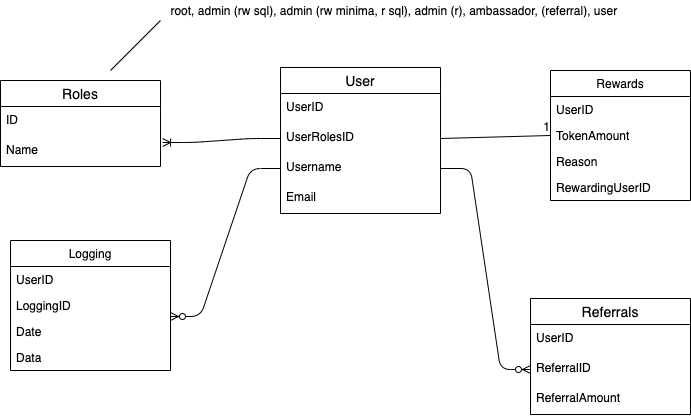
Above: docs/images/dbase.png in minima-global/incentivecash (draw.io), before the change. Source tidied: cells renumbered, new cells last; positions are measured from the earlier drawing's top-left corner, leaving out a move shared by most shapes.
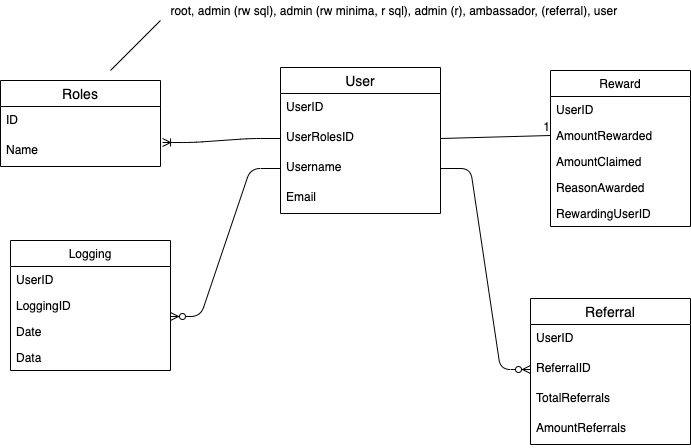
Above is the later version.

What changed in the source:
```diff
@@ -26,20 +26,23 @@
     <mxCell id="9" value="Name" style="text;strokeColor=none;fillColor=none;spacingLeft=4;spacingRight=4;overflow=hidden;points=[[0,0.5],[1,0.5]];portConstraint=eastwest;fontSize=12;" parent="7" vertex="1">
       <mxGeometry y="56" width="160" height="30" as="geometry" />
     </mxCell>
-    <mxCell id="10" value="Rewards" style="swimlane;fontStyle=0;horizontal=1;startSize=26;fillColor=none;" parent="1" vertex="1">
-      <mxGeometry x="550" y="70" width="140" height="130" as="geometry" />
+    <mxCell id="10" value="Reward" style="swimlane;fontStyle=0;horizontal=1;startSize=26;fillColor=none;" parent="1" vertex="1">
+      <mxGeometry x="550" y="70" width="140" height="156" as="geometry" />
     </mxCell>
     <mxCell id="11" value="UserID" style="text;strokeColor=none;fillColor=none;align=left;verticalAlign=top;spacingLeft=4;spacingRight=4;overflow=hidden;" parent="10" vertex="1">
       <mxGeometry y="26" width="140" height="26" as="geometry" />
     </mxCell>
-    <mxCell id="12" value="TokenAmount" style="text;strokeColor=none;fillColor=none;align=left;verticalAlign=top;spacingLeft=4;spacingRight=4;overflow=hidden;points=[[0,0.5],[1,0.5]];portConstraint=eastwest;" parent="10" vertex="1">
+    <mxCell id="12" value="AmountRewarded" style="text;strokeColor=none;fillColor=none;align=left;verticalAlign=top;spacingLeft=4;spacingRight=4;overflow=hidden;points=[[0,0.5],[1,0.5]];portConstraint=eastwest;" parent="10" vertex="1">
       <mxGeometry y="52" width="140" height="26" as="geometry" />
     </mxCell>
+    <mxCell id="31" value="AmountClaimed&#10;" style="text;strokeColor=none;fillColor=none;align=left;verticalAlign=top;spacingLeft=4;spacingRight=4;overflow=hidden;" parent="10" vertex="1">
+      <mxGeometry y="78" width="140" height="26" as="geometry" />
+    </mxCell>
-    <mxCell id="13" value="Reason" style="text;strokeColor=none;fillColor=none;align=left;verticalAlign=top;spacingLeft=4;spacingRight=4;overflow=hidden;" parent="10" vertex="1">
-      <mxGeometry y="78" width="140" height="26" as="geometry" />
+    <mxCell id="13" value="ReasonAwarded" style="text;strokeColor=none;fillColor=none;align=left;verticalAlign=top;spacingLeft=4;spacingRight=4;overflow=hidden;" parent="10" vertex="1">
+      <mxGeometry y="104" width="140" height="26" as="geometry" />
     </mxCell>
     <mxCell id="14" value="RewardingUserID" style="text;strokeColor=none;fillColor=none;align=left;verticalAlign=top;spacingLeft=4;spacingRight=4;overflow=hidden;" parent="10" vertex="1">
-      <mxGeometry y="104" width="140" height="26" as="geometry" />
+      <mxGeometry y="130" width="140" height="26" as="geometry" />
     </mxCell>
     <mxCell id="15" value="Logging" style="swimlane;fontStyle=0;horizontal=1;startSize=26;fillColor=none;" parent="1" vertex="1">
       <mxGeometry x="10" y="240" width="160" height="130" as="geometry" />
@@ -71,8 +74,8 @@
     <mxCell id="24" value="root, admin (rw sql), admin (rw minima, r sql), admin (r), ambassador, (referral), user&amp;nbsp;" style="text;html=1;align=center;verticalAlign=middle;" parent="1" vertex="1">
       <mxGeometry x="160" width="470" height="20" as="geometry" />
     </mxCell>
-    <mxCell id="25" value="Referrals" style="swimlane;fontStyle=0;horizontal=1;startSize=26;align=center;fontSize=14;" parent="1" vertex="1">
-      <mxGeometry x="530" y="298" width="160" height="116" as="geometry" />
+    <mxCell id="25" value="Referral" style="swimlane;fontStyle=0;horizontal=1;startSize=26;align=center;fontSize=14;" parent="1" vertex="1">
+      <mxGeometry x="530" y="298" width="160" height="146" as="geometry" />
     </mxCell>
     <mxCell id="26" value="UserID" style="text;strokeColor=none;fillColor=none;spacingLeft=4;spacingRight=4;overflow=hidden;fontSize=12;" parent="25" vertex="1">
       <mxGeometry y="26" width="160" height="30" as="geometry" />
@@ -80,9 +83,12 @@
     <mxCell id="27" value="ReferralID" style="text;strokeColor=none;fillColor=none;spacingLeft=4;spacingRight=4;overflow=hidden;points=[[0,0.5],[1,0.5]];portConstraint=eastwest;fontSize=12;" parent="25" vertex="1">
       <mxGeometry y="56" width="160" height="30" as="geometry" />
     </mxCell>
-    <mxCell id="28" value="ReferralAmount" style="text;strokeColor=none;fillColor=none;spacingLeft=4;spacingRight=4;overflow=hidden;fontSize=12;" parent="25" vertex="1">
+    <mxCell id="28" value="TotalReferrals" style="text;strokeColor=none;fillColor=none;spacingLeft=4;spacingRight=4;overflow=hidden;fontSize=12;" parent="25" vertex="1">
       <mxGeometry y="86" width="160" height="30" as="geometry" />
     </mxCell>
+    <mxCell id="32" value="AmountReferrals" style="text;strokeColor=none;fillColor=none;spacingLeft=4;spacingRight=4;overflow=hidden;fontSize=12;" parent="25" vertex="1">
+      <mxGeometry y="116" width="160" height="30" as="geometry" />
+    </mxCell>
     <mxCell id="29" style="edgeStyle=entityRelationEdgeStyle;fontSize=12;html=1;endArrow=ERzeroToMany;endFill=1;entryX=0;entryY=0.5;entryDx=0;entryDy=0;exitX=1;exitY=0.5;exitDx=0;exitDy=0;" parent="1" edge="1" source="5" target="27">
       <mxGeometry relative="1" as="geometry" />
     </mxCell>
```
